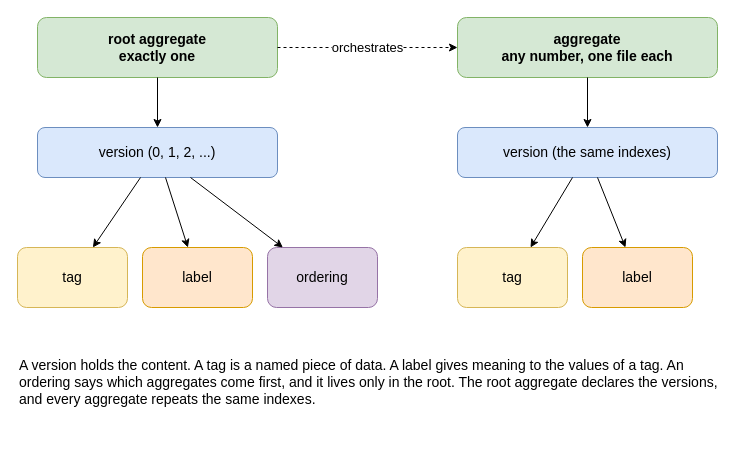
Before: drawio/06_entities.drawio in goloveshin/galimatron_doc, a draw.io diagram. Source tidied: cells renumbered, new cells numbered last; positions are measured from the earlier drawing's top-left corner, leaving out a move shared by most shapes. Both pictures are drawn from the tidied source at 100%, with x=0, y=0 at pixel (17, 17).
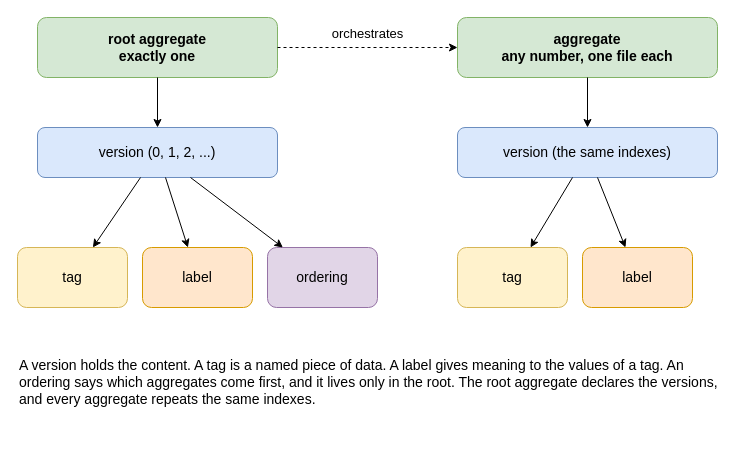
The same page after the edit.

Unchanged cells that the change refers to:
```xml
<mxCell id="2" value="root aggregate&lt;br&gt;exactly one" style="rounded=1;whiteSpace=wrap;html=1;fillColor=#d5e8d4;strokeColor=#82b366;fontStyle=1;fontSize=14;" parent="1" vertex="1">
  <mxGeometry x="20" width="240" height="60" as="geometry" />
</mxCell>
<mxCell id="3" value="aggregate&lt;br&gt;any number, one file each" style="rounded=1;whiteSpace=wrap;html=1;fillColor=#d5e8d4;strokeColor=#82b366;fontStyle=1;fontSize=14;" parent="1" vertex="1">
  <mxGeometry x="440" width="260" height="60" as="geometry" />
</mxCell>
```

Change to the diagram source:
```diff
@@
-    <mxCell id="18" value="orchestrates" style="endArrow=classic;html=1;labelBackgroundColor=#ffffff;edgeStyle=none;dashed=1;fontSize=13;" parent="1" edge="1" source="2" target="3">
-      <mxGeometry relative="1" as="geometry" />
+    <mxCell id="18" value="orchestrates" style="endArrow=classic;html=1;edgeStyle=none;dashed=1;fontSize=13;" parent="1" edge="1" source="2" target="3">
+      <mxGeometry relative="1" as="geometry">
+        <mxPoint y="-14" as="offset" />
+      </mxGeometry>
     </mxCell>
```
